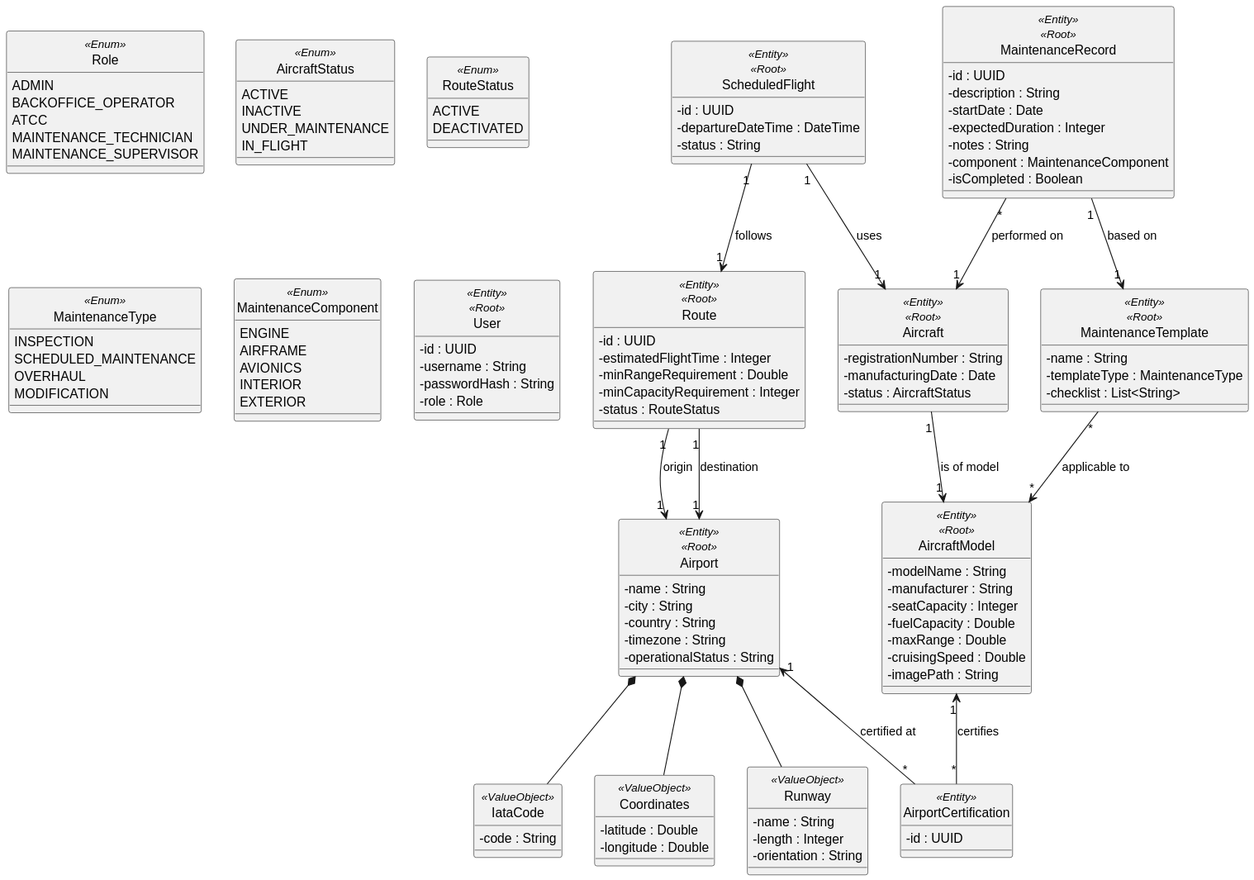
Above: docs/system-documentation/global-artifacts/svg/DM.svg in VascoMagolo/psoft_1231562_1241692_1242036_2db (PlantUML), before the change.
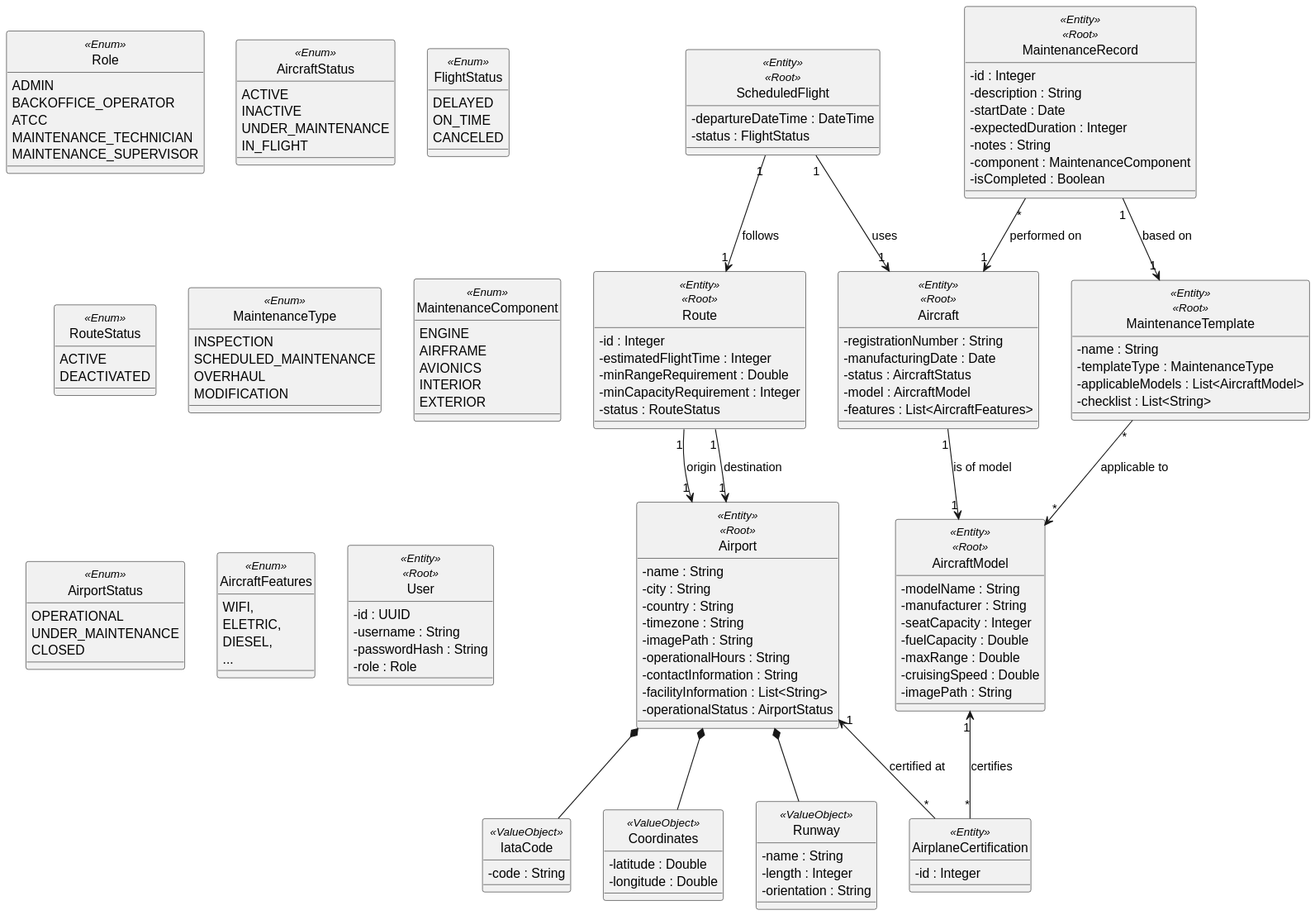
Above is the later version.

Change to the diagram source:
```diff
@@ -19,6 +19,12 @@
   IN_FLIGHT
 }
 
+enum FlightStatus <<Enum>> {
+  DELAYED
+  ON_TIME
+  CANCELED
+}
+
 enum RouteStatus <<Enum>> {
   ACTIVE
   DEACTIVATED
@@ -37,6 +43,19 @@
   AVIONICS
   INTERIOR
   EXTERIOR
+}
+
+enum AirportStatus <<Enum>> {
+   OPERATIONAL
+   UNDER_MAINTENANCE
+   CLOSED
+}
+
+enum AircraftFeatures <<Enum>> {
+    WIFI,
+    ELETRIC,
+    DIESEL,
+    ...
 }
 
 class IataCode <<ValueObject>> {
@@ -76,6 +95,8 @@
   - registrationNumber : String
   - manufacturingDate : Date
   - status : AircraftStatus
+  - model : AircraftModel
+  - features : List<AircraftFeatures>
 }
 
 class Airport <<Entity>> <<Root>> {
@@ -83,15 +104,19 @@
   - city : String
   - country : String
   - timezone : String
-  - operationalStatus : String
+  - imagePath : String
+  - operationalHours : String
+  - contactInformation : String
+  - facilityInformation : List<String>
+  - operationalStatus : AirportStatus
 }
 
-class AirportCertification <<Entity>> {
-  - id : UUID
+class AirplaneCertification <<Entity>> {
+  - id : Integer
 }
 
 class Route <<Entity>> <<Root>> {
-  - id : UUID
+  - id : Integer
   - estimatedFlightTime : Integer
   - minRangeRequirement : Double
   - minCapacityRequirement : Integer
@@ -99,19 +124,19 @@
 }
 
 class ScheduledFlight <<Entity>> <<Root>> {
-  - id : UUID
   - departureDateTime : DateTime
-  - status : String
+  - status : FlightStatus
 }
 
 class MaintenanceTemplate <<Entity>> <<Root>> {
   - name : String
   - templateType : MaintenanceType
+  - applicableModels : List<AircraftModel>
   - checklist : List<String>
 }
 
 class MaintenanceRecord <<Entity>> <<Root>> {
-  - id : UUID
+  - id : Integer
   - description : String
   - startDate : Date
   - expectedDuration : Integer
@@ -126,8 +151,8 @@
 Airport *-- Runway
 
 Aircraft "1" --> "1" AircraftModel : is of model
-AircraftModel "1" <-- "*" AirportCertification : certifies
-Airport "1" <-- "*" AirportCertification : certified at
+AircraftModel "1" <-- "*" AirplaneCertification : certifies
+Airport "1" <-- "*" AirplaneCertification : certified at
 
 Route "1" --> "1" Airport : origin
 Route "1" --> "1" Airport : destination
```
